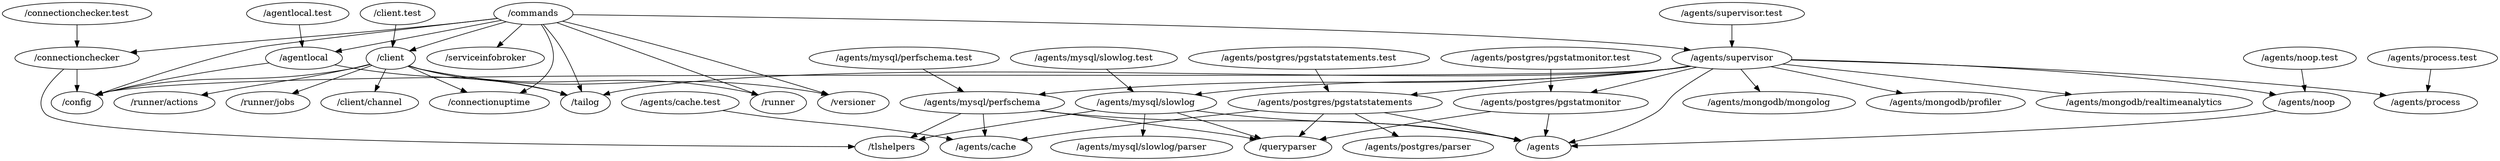
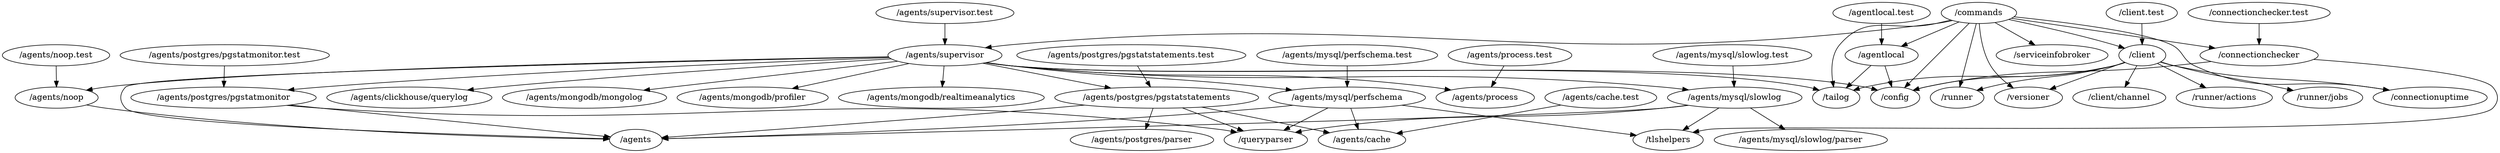
digraph packages {
	"/agentlocal" -> "/config";
	"/agentlocal" -> "/tailog";
	"/agentlocal.test" -> "/agentlocal";
	"/agents/cache.test" -> "/agents/cache";
	"/agents/mysql/perfschema" -> "/agents";
	"/agents/mysql/perfschema" -> "/agents/cache";
	"/agents/mysql/perfschema" -> "/queryparser";
	"/agents/mysql/perfschema" -> "/tlshelpers";
	"/agents/mysql/perfschema.test" -> "/agents/mysql/perfschema";
	"/agents/mysql/slowlog" -> "/agents";
	"/agents/mysql/slowlog" -> "/agents/mysql/slowlog/parser";
	"/agents/mysql/slowlog" -> "/queryparser";
	"/agents/mysql/slowlog" -> "/tlshelpers";
	"/agents/mysql/slowlog.test" -> "/agents/mysql/slowlog";
	"/agents/noop" -> "/agents";
	"/agents/noop.test" -> "/agents/noop";
	"/agents/postgres/pgstatmonitor" -> "/agents";
	"/agents/postgres/pgstatmonitor" -> "/queryparser";
	"/agents/postgres/pgstatmonitor.test" -> "/agents/postgres/pgstatmonitor";
	"/agents/postgres/pgstatstatements" -> "/agents";
	"/agents/postgres/pgstatstatements" -> "/agents/cache";
	"/agents/postgres/pgstatstatements" -> "/agents/postgres/parser";
	"/agents/postgres/pgstatstatements" -> "/queryparser";
	"/agents/postgres/pgstatstatements.test" -> "/agents/postgres/pgstatstatements";
	"/agents/process.test" -> "/agents/process";
	"/agents/supervisor" -> "/agents";
+ 	"/agents/supervisor" -> "/agents/clickhouse/querylog";
	"/agents/supervisor" -> "/agents/mongodb/mongolog";
	"/agents/supervisor" -> "/agents/mongodb/profiler";
	"/agents/supervisor" -> "/agents/mongodb/realtimeanalytics";
	"/agents/supervisor" -> "/agents/mysql/perfschema";
	"/agents/supervisor" -> "/agents/mysql/slowlog";
	"/agents/supervisor" -> "/agents/noop";
	"/agents/supervisor" -> "/agents/postgres/pgstatmonitor";
	"/agents/supervisor" -> "/agents/postgres/pgstatstatements";
	"/agents/supervisor" -> "/agents/process";
	"/agents/supervisor" -> "/config";
	"/agents/supervisor" -> "/tailog";
	"/agents/supervisor.test" -> "/agents/supervisor";
	"/client" -> "/client/channel";
	"/client" -> "/config";
	"/client" -> "/connectionuptime";
	"/client" -> "/runner";
	"/client" -> "/runner/actions";
	"/client" -> "/runner/jobs";
	"/client" -> "/tailog";
	"/client" -> "/versioner";
	"/client.test" -> "/client";
	"/commands" -> "/agentlocal";
	"/commands" -> "/agents/supervisor";
	"/commands" -> "/client";
	"/commands" -> "/config";
	"/commands" -> "/connectionchecker";
	"/commands" -> "/connectionuptime";
	"/commands" -> "/runner";
	"/commands" -> "/serviceinfobroker";
	"/commands" -> "/tailog";
	"/commands" -> "/versioner";
	"/connectionchecker" -> "/config";
	"/connectionchecker" -> "/tlshelpers";
	"/connectionchecker.test" -> "/connectionchecker";
}
